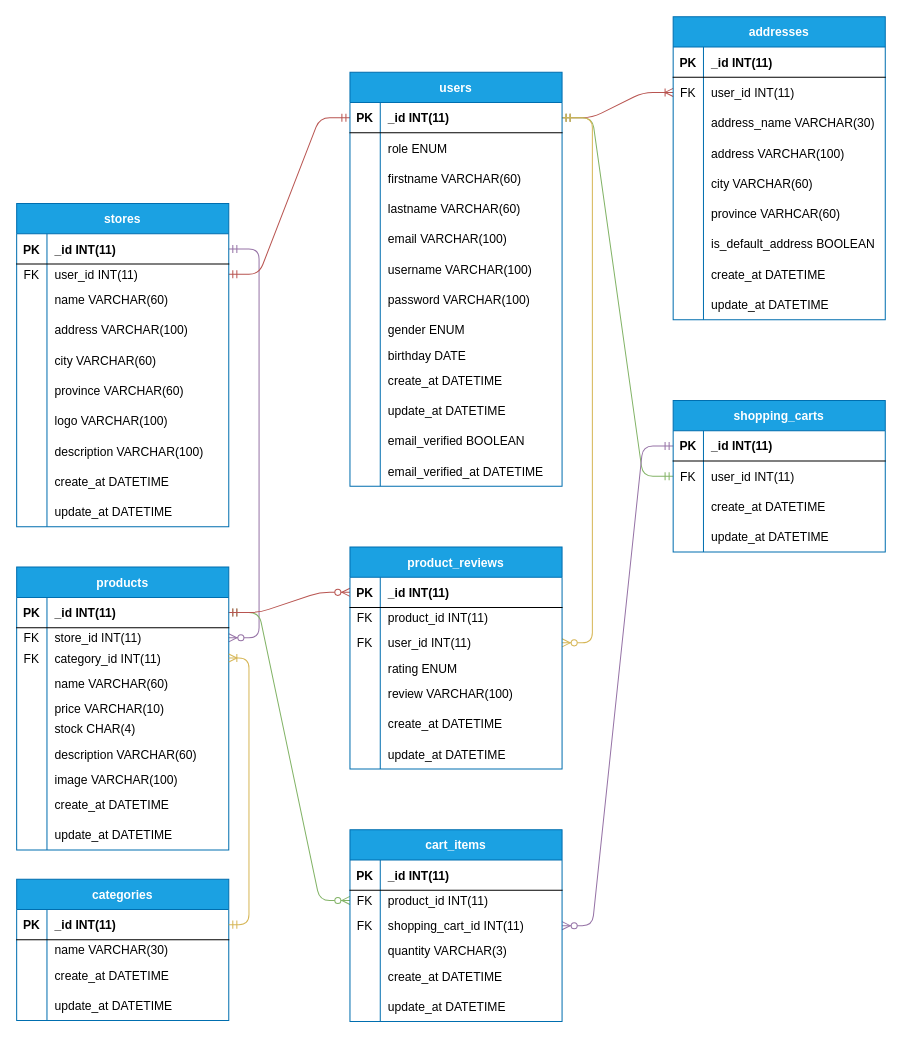
The draw.io diagram Untitled Diagram.drawio in aldhyx/db-design-jejaklangkah, before the edit. Source tidied: cells renumbered, new cells numbered last; positions are measured from the earlier drawing's top-left corner, leaving out a move shared by most shapes. Both pictures are drawn from the tidied source at 101%, with x=0, y=0 at pixel (16, 16).
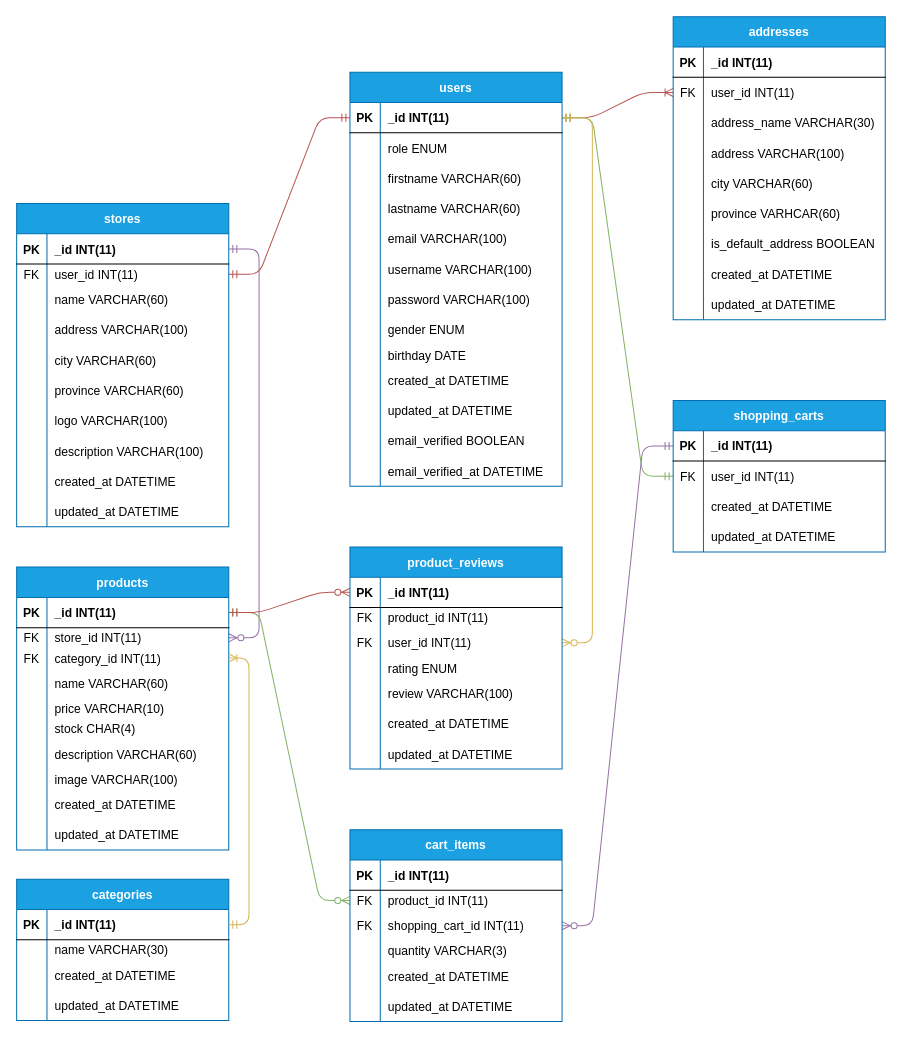
Above is the later version.

The change refers to these unchanged cells:
```xml
<mxCell id="38" style="shape=partialRectangle;fillColor=none;top=0;left=0;bottom=0;right=0;" parent="10" vertex="1">
  <mxGeometry y="290" width="210" height="30" as="geometry" />
</mxCell>
<mxCell id="41" style="shape=partialRectangle;fillColor=none;top=0;left=0;bottom=0;right=0;" parent="10" vertex="1">
  <mxGeometry y="320" width="210" height="30" as="geometry" />
</mxCell>
<mxCell id="72" style="shape=partialRectangle;fillColor=none;top=0;left=0;bottom=0;right=0;" parent="50" vertex="1">
  <mxGeometry y="240" width="210" height="30" as="geometry" />
</mxCell>
<mxCell id="75" style="shape=partialRectangle;fillColor=none;top=0;left=0;bottom=0;right=0;" parent="50" vertex="1">
  <mxGeometry y="270" width="210" height="30" as="geometry" />
</mxCell>
<mxCell id="85" style="shape=partialRectangle;fillColor=none;top=0;left=0;bottom=0;right=0;" parent="78" vertex="1">
  <mxGeometry y="90" width="210" height="30" as="geometry" />
</mxCell>
<mxCell id="88" style="shape=partialRectangle;fillColor=none;top=0;left=0;bottom=0;right=0;" parent="78" vertex="1">
  <mxGeometry y="120" width="210" height="30" as="geometry" />
</mxCell>
<mxCell id="116" style="shape=partialRectangle;fillColor=none;top=0;left=0;bottom=0;right=0;" parent="91" vertex="1">
  <mxGeometry y="260" width="210" height="30" as="geometry" />
</mxCell>
<mxCell id="119" style="shape=partialRectangle;fillColor=none;top=0;left=0;bottom=0;right=0;" parent="91" vertex="1">
  <mxGeometry y="290" width="210" height="30" as="geometry" />
</mxCell>
<mxCell id="135" style="shape=partialRectangle;fillColor=none;top=0;left=0;bottom=0;right=0;" parent="122" vertex="1">
  <mxGeometry y="130" width="210" height="30" as="geometry" />
</mxCell>
<mxCell id="138" style="shape=partialRectangle;fillColor=none;top=0;left=0;bottom=0;right=0;" parent="122" vertex="1">
  <mxGeometry y="160" width="210" height="30" as="geometry" />
</mxCell>
<mxCell id="157" style="shape=partialRectangle;fillColor=none;top=0;left=0;bottom=0;right=0;" parent="141" vertex="1">
  <mxGeometry y="160" width="210" height="30" as="geometry" />
</mxCell>
<mxCell id="160" style="shape=partialRectangle;fillColor=none;top=0;left=0;bottom=0;right=0;" parent="141" vertex="1">
  <mxGeometry y="190" width="210" height="30" as="geometry" />
</mxCell>
<mxCell id="170" style="shape=partialRectangle;fillColor=none;top=0;left=0;bottom=0;right=0;" parent="163" vertex="1">
  <mxGeometry y="80" width="210" height="30" as="geometry" />
</mxCell>
<mxCell id="173" style="shape=partialRectangle;fillColor=none;top=0;left=0;bottom=0;right=0;" parent="163" vertex="1">
  <mxGeometry y="110" width="210" height="30" as="geometry" />
</mxCell>
<mxCell id="201" style="shape=partialRectangle;fillColor=none;top=0;left=0;bottom=0;right=0;" parent="176" vertex="1">
  <mxGeometry y="220" width="210" height="30" as="geometry" />
</mxCell>
<mxCell id="204" style="shape=partialRectangle;fillColor=none;top=0;left=0;bottom=0;right=0;" parent="176" vertex="1">
  <mxGeometry y="250" width="210" height="30" as="geometry" />
</mxCell>
```

The edit, as a diff of the source:
```diff
@@
-    <mxCell id="40" value="create_at DATETIME" style="shape=partialRectangle;fillColor=none;top=0;left=0;bottom=0;right=0;align=left;spacingLeft=6;overflow=hidden;" parent="38" vertex="1">
+    <mxCell id="40" value="created_at DATETIME" style="shape=partialRectangle;fillColor=none;top=0;left=0;bottom=0;right=0;align=left;spacingLeft=6;overflow=hidden;" parent="38" vertex="1">
       <mxGeometry x="30" width="180" height="30" as="geometry" />
     </mxCell>
@@
-    <mxCell id="43" value="update_at DATETIME" style="shape=partialRectangle;fillColor=none;top=0;left=0;bottom=0;right=0;align=left;spacingLeft=6;overflow=hidden;" parent="41" vertex="1">
+    <mxCell id="43" value="updated_at DATETIME" style="shape=partialRectangle;fillColor=none;top=0;left=0;bottom=0;right=0;align=left;spacingLeft=6;overflow=hidden;" parent="41" vertex="1">
       <mxGeometry x="30" width="180" height="30" as="geometry" />
     </mxCell>
@@
-    <mxCell id="74" value="create_at DATETIME" style="shape=partialRectangle;fillColor=none;top=0;left=0;bottom=0;right=0;align=left;spacingLeft=6;overflow=hidden;" parent="72" vertex="1">
+    <mxCell id="74" value="created_at DATETIME" style="shape=partialRectangle;fillColor=none;top=0;left=0;bottom=0;right=0;align=left;spacingLeft=6;overflow=hidden;" parent="72" vertex="1">
       <mxGeometry x="30" width="180" height="30" as="geometry" />
     </mxCell>
@@
-    <mxCell id="77" value="update_at DATETIME" style="shape=partialRectangle;fillColor=none;top=0;left=0;bottom=0;right=0;align=left;spacingLeft=6;overflow=hidden;" parent="75" vertex="1">
+    <mxCell id="77" value="updated_at DATETIME" style="shape=partialRectangle;fillColor=none;top=0;left=0;bottom=0;right=0;align=left;spacingLeft=6;overflow=hidden;" parent="75" vertex="1">
       <mxGeometry x="30" width="180" height="30" as="geometry" />
     </mxCell>
@@
-    <mxCell id="87" value="create_at DATETIME" style="shape=partialRectangle;fillColor=none;top=0;left=0;bottom=0;right=0;align=left;spacingLeft=6;overflow=hidden;" parent="85" vertex="1">
+    <mxCell id="87" value="created_at DATETIME" style="shape=partialRectangle;fillColor=none;top=0;left=0;bottom=0;right=0;align=left;spacingLeft=6;overflow=hidden;" parent="85" vertex="1">
       <mxGeometry x="30" width="180" height="30" as="geometry" />
     </mxCell>
@@
-    <mxCell id="90" value="update_at DATETIME" style="shape=partialRectangle;fillColor=none;top=0;left=0;bottom=0;right=0;align=left;spacingLeft=6;overflow=hidden;" parent="88" vertex="1">
+    <mxCell id="90" value="updated_at DATETIME" style="shape=partialRectangle;fillColor=none;top=0;left=0;bottom=0;right=0;align=left;spacingLeft=6;overflow=hidden;" parent="88" vertex="1">
       <mxGeometry x="30" width="180" height="30" as="geometry" />
     </mxCell>
@@
-    <mxCell id="118" value="create_at DATETIME" style="shape=partialRectangle;fillColor=none;top=0;left=0;bottom=0;right=0;align=left;spacingLeft=6;overflow=hidden;" parent="116" vertex="1">
+    <mxCell id="118" value="created_at DATETIME" style="shape=partialRectangle;fillColor=none;top=0;left=0;bottom=0;right=0;align=left;spacingLeft=6;overflow=hidden;" parent="116" vertex="1">
       <mxGeometry x="30" width="180" height="30" as="geometry" />
     </mxCell>
@@
-    <mxCell id="121" value="update_at DATETIME" style="shape=partialRectangle;fillColor=none;top=0;left=0;bottom=0;right=0;align=left;spacingLeft=6;overflow=hidden;" parent="119" vertex="1">
+    <mxCell id="121" value="updated_at DATETIME" style="shape=partialRectangle;fillColor=none;top=0;left=0;bottom=0;right=0;align=left;spacingLeft=6;overflow=hidden;" parent="119" vertex="1">
       <mxGeometry x="30" width="180" height="30" as="geometry" />
     </mxCell>
@@
-    <mxCell id="137" value="create_at DATETIME" style="shape=partialRectangle;fillColor=none;top=0;left=0;bottom=0;right=0;align=left;spacingLeft=6;overflow=hidden;" parent="135" vertex="1">
+    <mxCell id="137" value="created_at DATETIME" style="shape=partialRectangle;fillColor=none;top=0;left=0;bottom=0;right=0;align=left;spacingLeft=6;overflow=hidden;" parent="135" vertex="1">
       <mxGeometry x="30" width="180" height="30" as="geometry" />
     </mxCell>
@@
-    <mxCell id="140" value="update_at DATETIME" style="shape=partialRectangle;fillColor=none;top=0;left=0;bottom=0;right=0;align=left;spacingLeft=6;overflow=hidden;" parent="138" vertex="1">
+    <mxCell id="140" value="updated_at DATETIME" style="shape=partialRectangle;fillColor=none;top=0;left=0;bottom=0;right=0;align=left;spacingLeft=6;overflow=hidden;" parent="138" vertex="1">
       <mxGeometry x="30" width="180" height="30" as="geometry" />
     </mxCell>
@@
-    <mxCell id="159" value="create_at DATETIME" style="shape=partialRectangle;fillColor=none;top=0;left=0;bottom=0;right=0;align=left;spacingLeft=6;overflow=hidden;" parent="157" vertex="1">
+    <mxCell id="159" value="created_at DATETIME" style="shape=partialRectangle;fillColor=none;top=0;left=0;bottom=0;right=0;align=left;spacingLeft=6;overflow=hidden;" parent="157" vertex="1">
       <mxGeometry x="30" width="180" height="30" as="geometry" />
     </mxCell>
@@
-    <mxCell id="162" value="update_at DATETIME" style="shape=partialRectangle;fillColor=none;top=0;left=0;bottom=0;right=0;align=left;spacingLeft=6;overflow=hidden;" parent="160" vertex="1">
+    <mxCell id="162" value="updated_at DATETIME" style="shape=partialRectangle;fillColor=none;top=0;left=0;bottom=0;right=0;align=left;spacingLeft=6;overflow=hidden;" parent="160" vertex="1">
       <mxGeometry x="30" width="180" height="30" as="geometry" />
     </mxCell>
@@
-    <mxCell id="172" value="create_at DATETIME" style="shape=partialRectangle;fillColor=none;top=0;left=0;bottom=0;right=0;align=left;spacingLeft=6;overflow=hidden;" parent="170" vertex="1">
+    <mxCell id="172" value="created_at DATETIME" style="shape=partialRectangle;fillColor=none;top=0;left=0;bottom=0;right=0;align=left;spacingLeft=6;overflow=hidden;" parent="170" vertex="1">
       <mxGeometry x="30" width="180" height="30" as="geometry" />
     </mxCell>
@@
-    <mxCell id="175" value="update_at DATETIME" style="shape=partialRectangle;fillColor=none;top=0;left=0;bottom=0;right=0;align=left;spacingLeft=6;overflow=hidden;" parent="173" vertex="1">
+    <mxCell id="175" value="updated_at DATETIME" style="shape=partialRectangle;fillColor=none;top=0;left=0;bottom=0;right=0;align=left;spacingLeft=6;overflow=hidden;" parent="173" vertex="1">
       <mxGeometry x="30" width="180" height="30" as="geometry" />
     </mxCell>
@@
-    <mxCell id="203" value="create_at DATETIME" style="shape=partialRectangle;fillColor=none;top=0;left=0;bottom=0;right=0;align=left;spacingLeft=6;overflow=hidden;" parent="201" vertex="1">
+    <mxCell id="203" value="created_at DATETIME" style="shape=partialRectangle;fillColor=none;top=0;left=0;bottom=0;right=0;align=left;spacingLeft=6;overflow=hidden;" parent="201" vertex="1">
       <mxGeometry x="30" width="180" height="30" as="geometry" />
     </mxCell>
@@
-    <mxCell id="206" value="update_at DATETIME" style="shape=partialRectangle;fillColor=none;top=0;left=0;bottom=0;right=0;align=left;spacingLeft=6;overflow=hidden;" parent="204" vertex="1">
+    <mxCell id="206" value="updated_at DATETIME" style="shape=partialRectangle;fillColor=none;top=0;left=0;bottom=0;right=0;align=left;spacingLeft=6;overflow=hidden;" parent="204" vertex="1">
       <mxGeometry x="30" width="180" height="30" as="geometry" />
     </mxCell>
```
